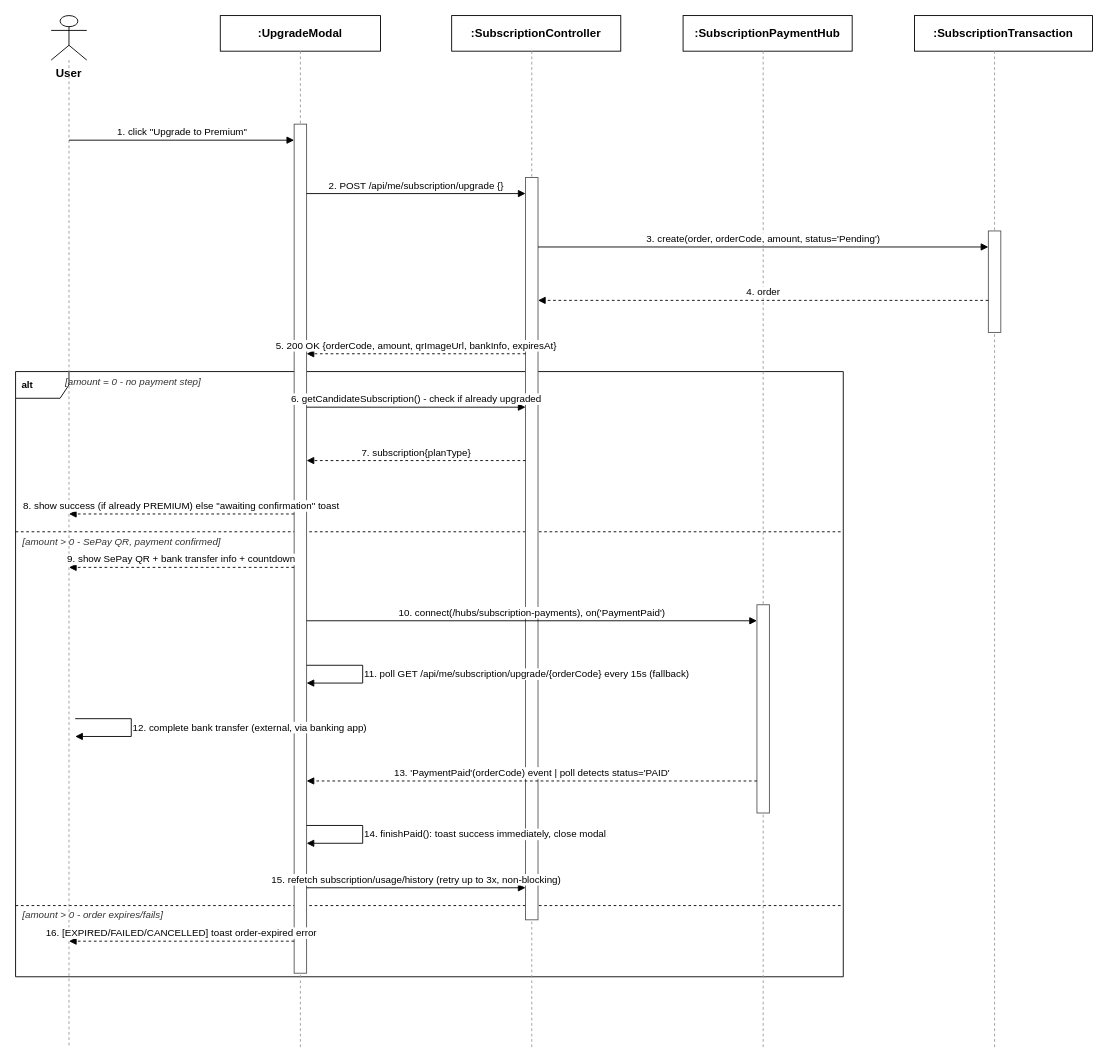
Above: docs/qa/sequence-diagrams/Report4_SequenceDiagram_SubscriptionandPaymentManagement.drawio in tulklk/AI_Interview_Question_Generation_RAG_LLM_FE (draw.io), before the change. Source tidied: cells renumbered, new cells numbered last; positions are measured from the earlier drawing's top-left corner, leaving out a move shared by most shapes. Both pictures are drawn from the tidied source at 89%, with x=0, y=0 at pixel (15, 15).
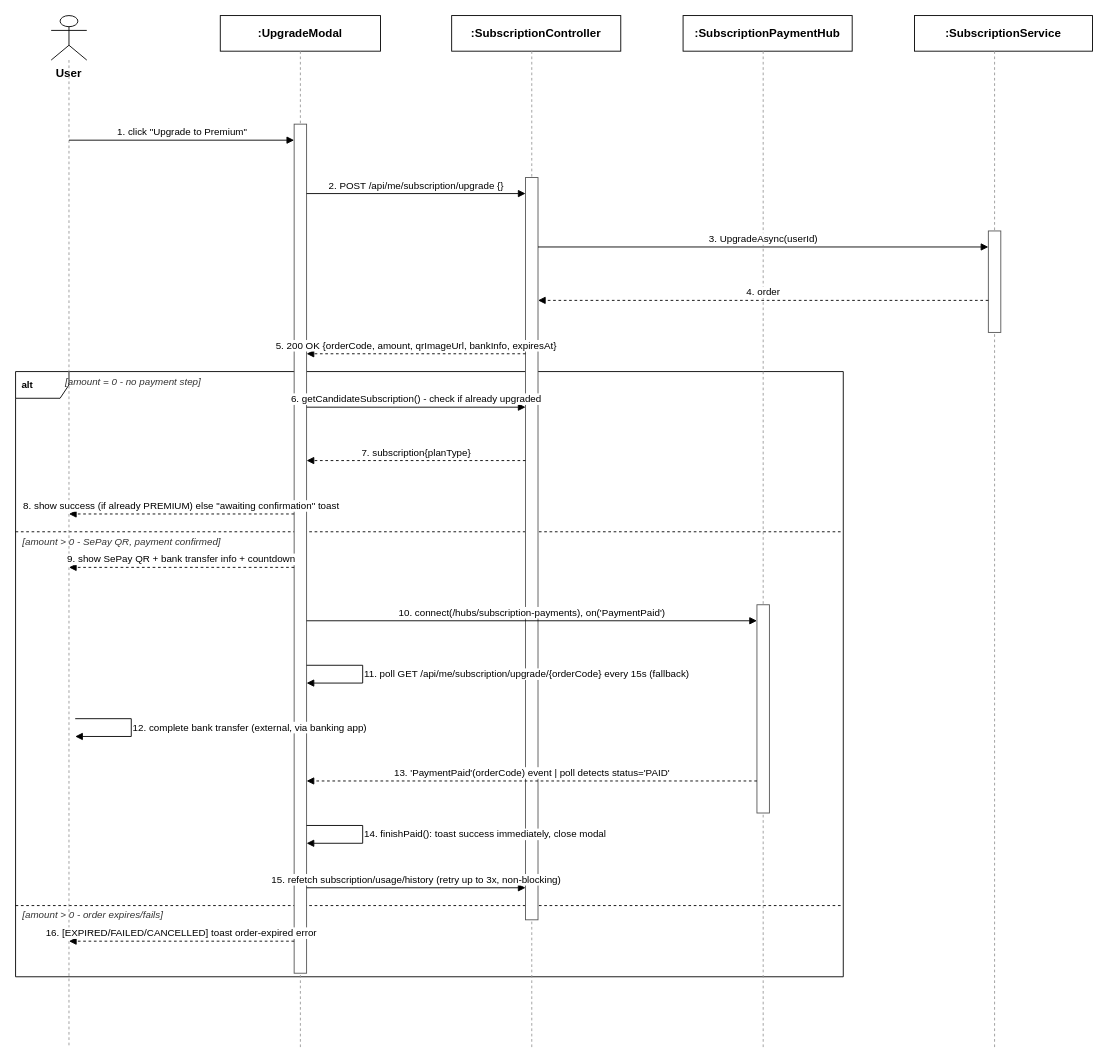
After the change.

Commit message (it also covers changes not shown here):
docs(qa): correct legacy 9 sequence diagrams against real BE, flag 2 fictional notification flows

What changed in the source:
```diff
@@
-    <mxCell id="16" value=":SubscriptionTransaction" style="rounded=0;whiteSpace=wrap;html=1;fontSize=13;fillColor=#ffffff;strokeColor=#000000;fontStyle=1;" parent="1" vertex="1">
+    <mxCell id="16" value=":SubscriptionService" style="rounded=0;whiteSpace=wrap;html=1;fontSize=13;fillColor=#ffffff;strokeColor=#000000;fontStyle=1;" parent="1" vertex="1">
       <mxGeometry x="1010" width="200" height="40" as="geometry" />
     </mxCell>
@@
-    <mxCell id="24" value="3. create(order, orderCode, amount, status='Pending')" style="endArrow=block;endFill=1;html=1;fontSize=11;align=center;verticalAlign=bottom;labelBackgroundColor=#ffffff;strokeColor=#000000;" parent="1" edge="1">
+    <mxCell id="24" value="3. UpgradeAsync(userId)" style="endArrow=block;endFill=1;html=1;fontSize=11;align=center;verticalAlign=bottom;labelBackgroundColor=#ffffff;strokeColor=#000000;" parent="1" edge="1">
       <mxGeometry relative="1" as="geometry">
         <mxPoint x="587" y="260" as="sourcePoint" />
         <mxPoint x="1093" y="260" as="targetPoint" />
       </mxGeometry>
     </mxCell>
```
